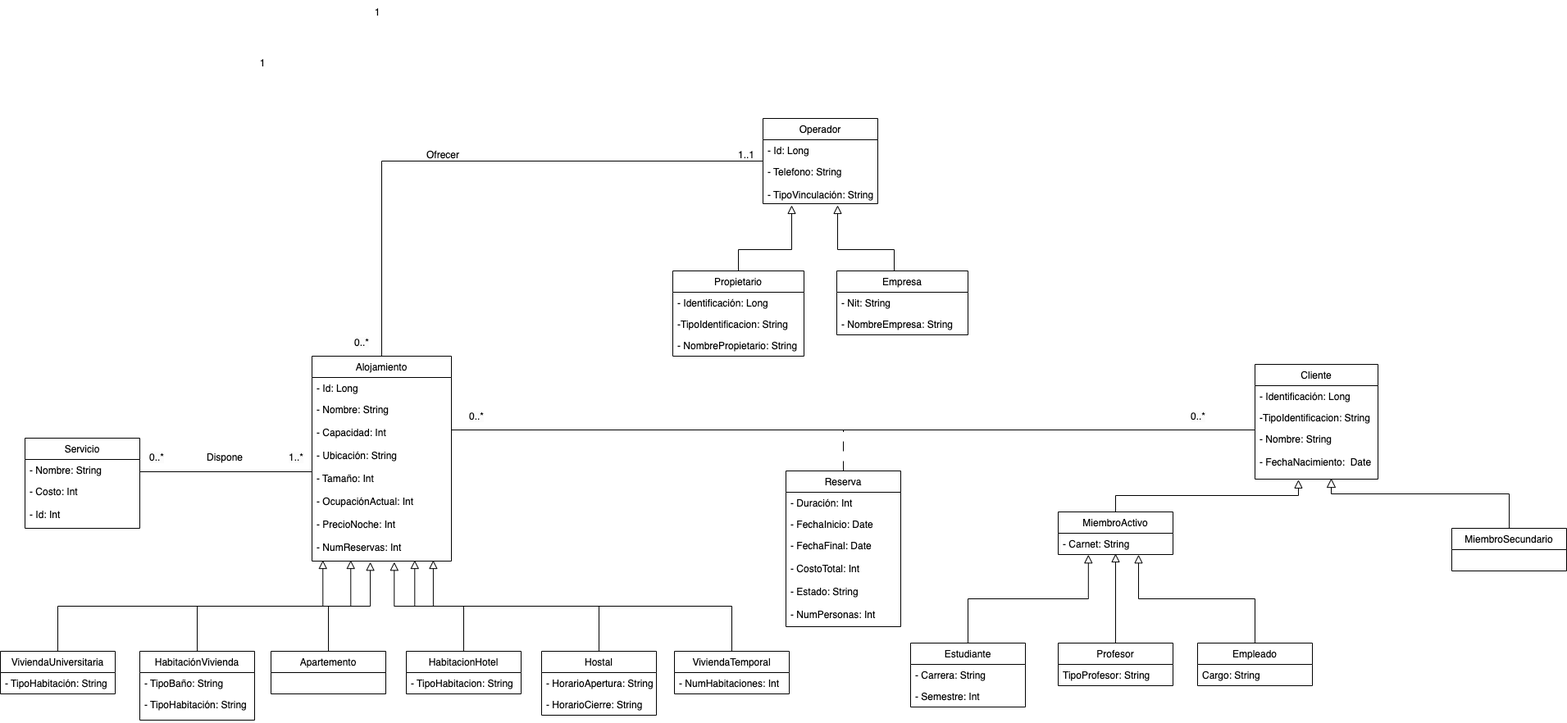
Earlier version of the draw.io export Docs/Modelo conceptual - Iteracion 2.png (Sebastian643829/AlohaAndes). Source tidied: cells renumbered, new cells last; positions are measured from the earlier drawing's top-left corner, leaving out a move shared by most shapes.
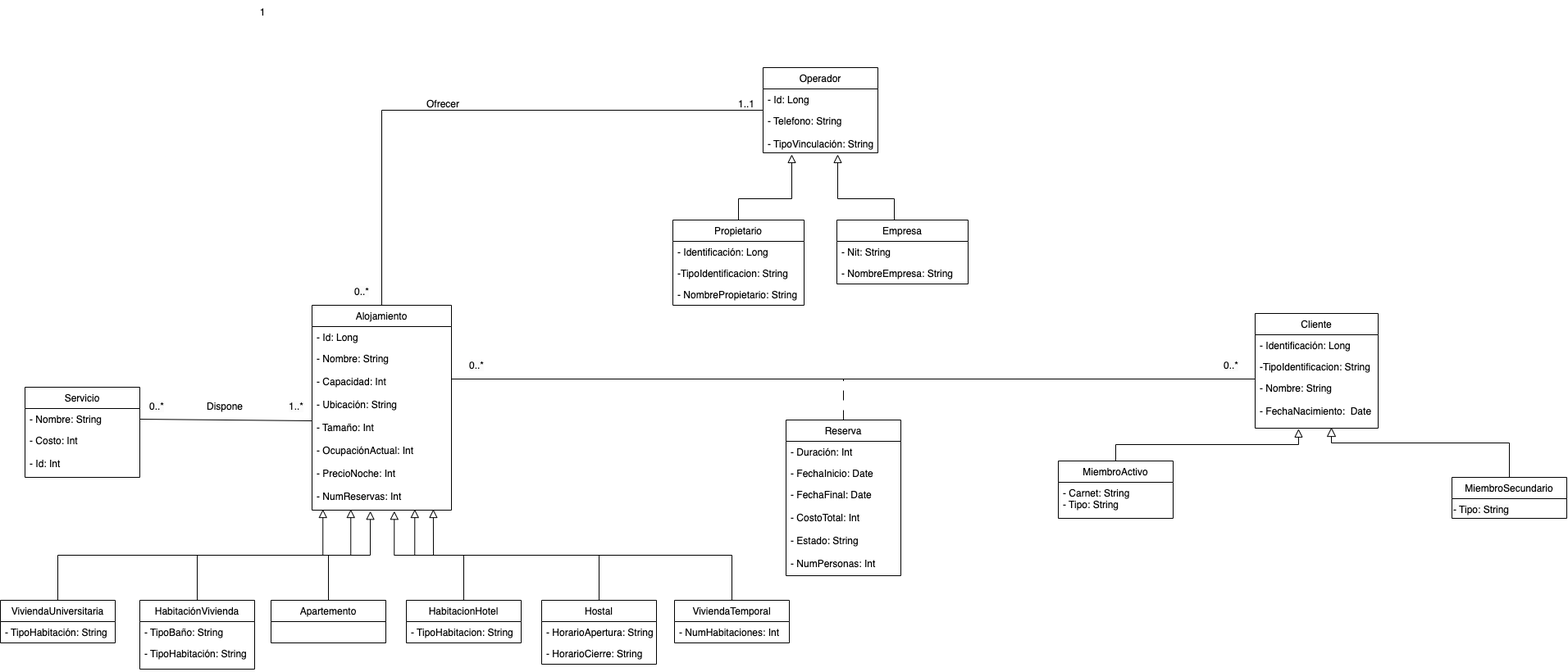
Later version of the same file.

What changed in the source:
```diff
@@ -120,22 +120,11 @@
       </mxGeometry>
     </mxCell>
     <mxCell id="34" value="MiembroSecundario" style="swimlane;fontStyle=0;horizontal=1;startSize=26;fillColor=none;" parent="1" vertex="1">
-      <mxGeometry x="1770" y="644" width="140" height="52" as="geometry" />
+      <mxGeometry x="1770" y="644" width="140" height="50" as="geometry" />
     </mxCell>
-    <mxCell id="35" style="edgeStyle=orthogonalEdgeStyle;rounded=0;jettySize=auto;html=1;exitX=0.5;exitY=0;exitDx=0;exitDy=0;entryX=0.263;entryY=1.01;entryDx=0;entryDy=0;entryPerimeter=0;strokeWidth=1;endArrow=block;endFill=0;endSize=8;" parent="1" edge="1" target="48">
-      <mxGeometry relative="1" as="geometry">
-        <mxPoint x="1180" y="784" as="sourcePoint" />
-      </mxGeometry>
-    </mxCell>
-    <mxCell id="36" value="Estudiante" style="swimlane;fontStyle=0;horizontal=1;startSize=26;fillColor=none;" parent="1" vertex="1">
-      <mxGeometry x="1110" y="784" width="140" height="78" as="geometry" />
-    </mxCell>
-    <mxCell id="37" value="- Carrera: String" style="text;strokeColor=none;fillColor=none;align=left;verticalAlign=top;spacingLeft=4;spacingRight=4;overflow=hidden;" parent="36" vertex="1">
-      <mxGeometry y="26" width="140" height="26" as="geometry" />
-    </mxCell>
-    <mxCell id="38" value="- Semestre: Int" style="text;strokeColor=none;fillColor=none;align=left;verticalAlign=top;spacingLeft=4;spacingRight=4;overflow=hidden;" parent="36" vertex="1">
-      <mxGeometry y="52" width="140" height="26" as="geometry" />
-    </mxCell>
+    <mxCell id="76" value="&lt;meta charset=&quot;utf-8&quot;&gt;&lt;span style=&quot;color: rgb(0, 0, 0); font-family: Helvetica; font-size: 12px; font-style: normal; font-variant-ligatures: normal; font-variant-caps: normal; font-weight: 400; letter-spacing: normal; orphans: 2; text-align: left; text-indent: 0px; text-transform: none; widows: 2; word-spacing: 0px; -webkit-text-stroke-width: 0px; background-color: rgb(251, 251, 251); text-decoration-thickness: initial; text-decoration-style: initial; text-decoration-color: initial; float: none; display: inline !important;&quot;&gt;- Tipo: String&lt;/span&gt;" style="text;whiteSpace=wrap;html=1;" parent="34" vertex="1">
+      <mxGeometry y="26" width="140" height="24" as="geometry" />
+    </mxCell>
     <mxCell id="39" value="1..1" style="text;html=1;strokeColor=none;fillColor=none;align=center;verticalAlign=middle;whiteSpace=wrap;rounded=0;" parent="1" vertex="1">
       <mxGeometry x="880" y="174" width="60" height="30" as="geometry" />
     </mxCell>
@@ -163,25 +152,11 @@
       <mxGeometry relative="1" as="geometry" />
     </mxCell>
     <mxCell id="47" value="MiembroActivo" style="swimlane;fontStyle=0;horizontal=1;startSize=26;fillColor=none;" parent="1" vertex="1">
-      <mxGeometry x="1290" y="624" width="140" height="52" as="geometry" />
+      <mxGeometry x="1290" y="624" width="140" height="70" as="geometry" />
     </mxCell>
-    <mxCell id="48" value="- Carnet: String" style="text;strokeColor=none;fillColor=none;align=left;verticalAlign=top;spacingLeft=4;spacingRight=4;overflow=hidden;points=[[0,0.5],[1,0.5]];portConstraint=eastwest;" parent="47" vertex="1">
-      <mxGeometry y="26" width="140" height="26" as="geometry" />
+    <mxCell id="48" value="- Carnet: String&#10;- Tipo: String&#10;" style="text;strokeColor=none;fillColor=none;align=left;verticalAlign=top;spacingLeft=4;spacingRight=4;overflow=hidden;points=[[0,0.5],[1,0.5]];portConstraint=eastwest;" parent="47" vertex="1">
+      <mxGeometry y="26" width="140" height="44" as="geometry" />
     </mxCell>
-    <mxCell id="49" style="edgeStyle=orthogonalEdgeStyle;rounded=0;jettySize=auto;html=1;exitX=0.5;exitY=0;exitDx=0;exitDy=0;strokeWidth=1;endArrow=block;endFill=0;endSize=8;" parent="1" edge="1" source="50">
-      <mxGeometry relative="1" as="geometry">
-        <mxPoint x="1360" y="675" as="targetPoint" />
-        <Array as="points">
-          <mxPoint x="1360" y="675" />
-        </Array>
-      </mxGeometry>
-    </mxCell>
-    <mxCell id="50" value="Profesor" style="swimlane;fontStyle=0;horizontal=1;startSize=26;fillColor=none;" parent="1" vertex="1">
-      <mxGeometry x="1290" y="784" width="140" height="52" as="geometry" />
-    </mxCell>
-    <mxCell id="51" value="TipoProfesor: String " style="text;strokeColor=none;fillColor=none;align=left;verticalAlign=top;spacingLeft=4;spacingRight=4;overflow=hidden;" parent="50" vertex="1">
-      <mxGeometry y="26" width="140" height="26" as="geometry" />
-    </mxCell>
     <mxCell id="52" value="Cliente" style="swimlane;fontStyle=0;horizontal=1;startSize=26;fillColor=none;" parent="1" vertex="1">
       <mxGeometry x="1530" y="444" width="150" height="140" as="geometry" />
     </mxCell>
@@ -211,31 +186,14 @@
     <mxCell id="59" value="- NombreEmpresa: String" style="text;strokeColor=none;fillColor=none;align=left;verticalAlign=top;spacingLeft=4;spacingRight=4;overflow=hidden;" parent="57" vertex="1">
       <mxGeometry y="52" width="160" height="26" as="geometry" />
     </mxCell>
-    <mxCell id="60" style="edgeStyle=orthogonalEdgeStyle;rounded=0;jettySize=auto;html=1;exitX=0.5;exitY=0;exitDx=0;exitDy=0;entryX=0.7;entryY=1.01;entryDx=0;entryDy=0;entryPerimeter=0;strokeWidth=1;endArrow=block;endFill=0;endSize=8;" parent="1" edge="1" source="61" target="48">
-      <mxGeometry relative="1" as="geometry">
-        <Array as="points">
-          <mxPoint x="1530" y="730" />
-          <mxPoint x="1388" y="730" />
-        </Array>
-      </mxGeometry>
-    </mxCell>
-    <mxCell id="61" value="Empleado" style="swimlane;fontStyle=0;horizontal=1;startSize=26;fillColor=none;" parent="1" vertex="1">
-      <mxGeometry x="1460" y="784" width="140" height="52" as="geometry" />
-    </mxCell>
-    <mxCell id="62" value="Cargo: String" style="text;strokeColor=none;fillColor=none;align=left;verticalAlign=top;spacingLeft=4;spacingRight=4;overflow=hidden;" parent="61" vertex="1">
-      <mxGeometry y="26" width="140" height="26" as="geometry" />
-    </mxCell>
     <mxCell id="63" value="1" style="text;html=1;strokeColor=none;fillColor=none;align=center;verticalAlign=middle;whiteSpace=wrap;rounded=0;" parent="1" vertex="1">
       <mxGeometry x="290" y="62" width="60" height="30" as="geometry" />
     </mxCell>
-    <mxCell id="64" value="1" style="text;html=1;strokeColor=none;fillColor=none;align=center;verticalAlign=middle;whiteSpace=wrap;rounded=0;" parent="1" vertex="1">
-      <mxGeometry x="430" width="60" height="30" as="geometry" />
-    </mxCell>
     <mxCell id="65" value="&lt;span style=&quot;color: rgb(0, 0, 0); font-family: Helvetica; font-size: 12px; font-style: normal; font-variant-ligatures: normal; font-variant-caps: normal; font-weight: 400; letter-spacing: normal; orphans: 2; text-align: center; text-indent: 0px; text-transform: none; widows: 2; word-spacing: 0px; -webkit-text-stroke-width: 0px; background-color: rgb(251, 251, 251); text-decoration-thickness: initial; text-decoration-style: initial; text-decoration-color: initial; float: none; display: inline !important;&quot;&gt;0..*&lt;/span&gt;" style="text;whiteSpace=wrap;html=1;" parent="1" vertex="1">
       <mxGeometry x="570" y="494" width="50" height="40" as="geometry" />
     </mxCell>
     <mxCell id="66" value="&lt;span style=&quot;color: rgb(0, 0, 0); font-family: Helvetica; font-size: 12px; font-style: normal; font-variant-ligatures: normal; font-variant-caps: normal; font-weight: 400; letter-spacing: normal; orphans: 2; text-align: center; text-indent: 0px; text-transform: none; widows: 2; word-spacing: 0px; -webkit-text-stroke-width: 0px; background-color: rgb(251, 251, 251); text-decoration-thickness: initial; text-decoration-style: initial; text-decoration-color: initial; float: none; display: inline !important;&quot;&gt;0..*&lt;/span&gt;" style="text;whiteSpace=wrap;html=1;" parent="1" vertex="1">
-      <mxGeometry x="1450" y="494" width="50" height="40" as="geometry" />
+      <mxGeometry x="1490" y="494" width="50" height="40" as="geometry" />
     </mxCell>
     <mxCell id="67" value="Ofrecer" style="text;html=1;strokeColor=none;fillColor=none;align=center;verticalAlign=middle;whiteSpace=wrap;rounded=0;" parent="1" vertex="1">
       <mxGeometry x="510" y="174" width="60" height="30" as="geometry" />
```
